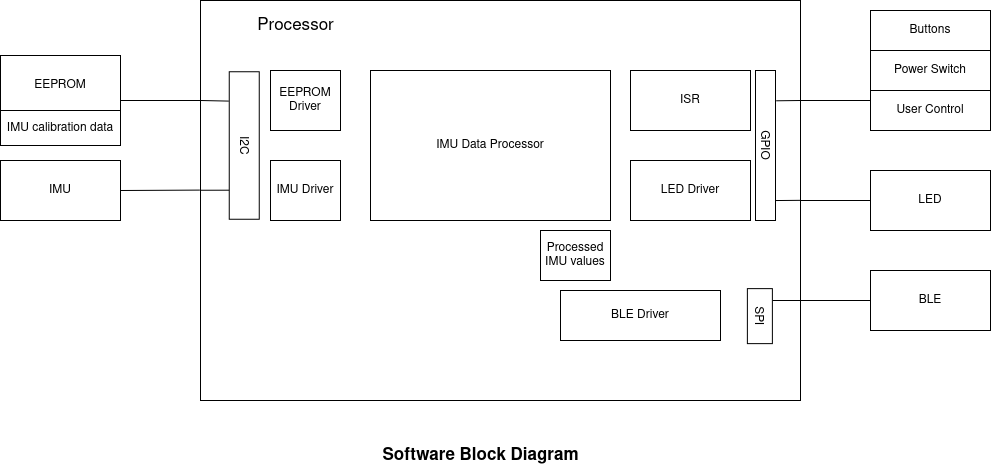
Before: assignments/week-1/images/Software Block Diagram.drawio.png, a diagram exported from draw.io (Davidadebiyi/Making-Embedded-Systems-Course). Source tidied: cells renumbered, new cells last; positions are measured from the earlier drawing's top-left corner, leaving out a move shared by most shapes. Its diagram source:
```xml
<mxGraphModel>
  <root>
    <mxCell id="0" />
    <mxCell id="1" parent="0" />
    <mxCell id="2" style="rounded=0;whiteSpace=wrap;html=1;" parent="1" vertex="1">
      <mxGeometry x="200" width="600" height="400" as="geometry" />
    </mxCell>
    <mxCell id="3" value="IMU" style="rounded=0;whiteSpace=wrap;html=1;" parent="1" vertex="1">
      <mxGeometry y="160" width="120" height="60" as="geometry" />
    </mxCell>
    <mxCell id="4" value="BLE Driver" style="rounded=0;whiteSpace=wrap;html=1;" parent="1" vertex="1">
      <mxGeometry x="560" y="290" width="160" height="50" as="geometry" />
    </mxCell>
    <mxCell id="5" value="SPI" style="rounded=0;whiteSpace=wrap;html=1;rotation=90;" parent="1" vertex="1">
      <mxGeometry x="731.9" y="303.1" width="55" height="25" as="geometry" />
    </mxCell>
    <mxCell id="6" value="EEPROM&lt;br&gt;Driver" style="rounded=0;whiteSpace=wrap;html=1;" parent="1" vertex="1">
      <mxGeometry x="270" y="70" width="70" height="60" as="geometry" />
    </mxCell>
    <mxCell id="7" value="ISR" style="rounded=0;whiteSpace=wrap;html=1;" parent="1" vertex="1">
      <mxGeometry x="630" y="70" width="120" height="60" as="geometry" />
    </mxCell>
    <mxCell id="8" style="group;" parent="1" vertex="1">
      <mxGeometry y="55" width="120" height="90" as="geometry" />
    </mxCell>
    <mxCell id="9" value="EEPROM" style="rounded=0;whiteSpace=wrap;html=1;" parent="8" vertex="1">
      <mxGeometry width="120" height="60" as="geometry" />
    </mxCell>
    <mxCell id="10" value="IMU calibration data" style="rounded=0;whiteSpace=wrap;html=1;" parent="8" vertex="1">
      <mxGeometry y="55" width="120" height="35" as="geometry" />
    </mxCell>
    <mxCell id="11" value="IMU Driver" style="rounded=0;whiteSpace=wrap;html=1;" parent="1" vertex="1">
      <mxGeometry x="270" y="160" width="70" height="60" as="geometry" />
    </mxCell>
    <mxCell id="12" value="IMU Data Processor" style="rounded=0;whiteSpace=wrap;html=1;" parent="1" vertex="1">
      <mxGeometry x="370" y="70" width="240" height="150" as="geometry" />
    </mxCell>
    <mxCell id="13" value="Processed IMU values" style="rounded=0;whiteSpace=wrap;html=1;" parent="1" vertex="1">
      <mxGeometry x="540" y="230" width="70" height="50" as="geometry" />
    </mxCell>
    <mxCell id="14" value="BLE" style="rounded=0;whiteSpace=wrap;html=1;" parent="1" vertex="1">
      <mxGeometry x="870" y="270" width="120" height="60" as="geometry" />
    </mxCell>
    <mxCell id="15" value="LED" style="rounded=0;whiteSpace=wrap;html=1;" parent="1" vertex="1">
      <mxGeometry x="870" y="170" width="120" height="60" as="geometry" />
    </mxCell>
    <mxCell id="16" value="LED Driver" style="rounded=0;whiteSpace=wrap;html=1;" parent="1" vertex="1">
      <mxGeometry x="630" y="160" width="120" height="60" as="geometry" />
    </mxCell>
    <mxCell id="17" value="GPIO" style="rounded=0;whiteSpace=wrap;html=1;rotation=90;" parent="1" vertex="1">
      <mxGeometry x="690" y="135" width="150" height="20" as="geometry" />
    </mxCell>
    <mxCell id="18" style="endArrow=none;html=1;rounded=0;exitX=1;exitY=0.25;exitDx=0;exitDy=0;entryX=0;entryY=0.25;entryDx=0;entryDy=0;" parent="1" edge="1" source="2" target="23">
      <mxGeometry relative="1" as="geometry" />
    </mxCell>
    <mxCell id="19" style="group;" parent="1" vertex="1">
      <mxGeometry x="870" y="10" width="120" height="120" as="geometry" />
    </mxCell>
    <mxCell id="20" style="group;" parent="19" vertex="1">
      <mxGeometry width="120" height="80" as="geometry" />
    </mxCell>
    <mxCell id="21" value="Buttons" style="rounded=0;whiteSpace=wrap;html=1;" parent="20" vertex="1">
      <mxGeometry width="120" height="40" as="geometry" />
    </mxCell>
    <mxCell id="22" value="Power Switch" style="rounded=0;whiteSpace=wrap;html=1;" parent="20" vertex="1">
      <mxGeometry y="40" width="120" height="40" as="geometry" />
    </mxCell>
    <mxCell id="23" value="User Control " style="rounded=0;whiteSpace=wrap;html=1;" parent="19" vertex="1">
      <mxGeometry y="80" width="120" height="40" as="geometry" />
    </mxCell>
    <mxCell id="24" style="endArrow=none;html=1;rounded=0;exitX=1;exitY=0.5;exitDx=0;exitDy=0;entryX=0;entryY=0.5;entryDx=0;entryDy=0;" parent="1" edge="1" source="2" target="15">
      <mxGeometry relative="1" as="geometry" />
    </mxCell>
    <mxCell id="25" value="I2C" style="rounded=0;whiteSpace=wrap;html=1;rotation=90;" parent="1" vertex="1">
      <mxGeometry x="170" y="130" width="147.5" height="30" as="geometry" />
    </mxCell>
    <mxCell id="26" style="endArrow=none;html=1;rounded=0;entryX=-0.001;entryY=0.474;entryDx=0;entryDy=0;entryPerimeter=0;exitX=1;exitY=0.5;exitDx=0;exitDy=0;" parent="1" edge="1" source="3" target="2">
      <mxGeometry relative="1" as="geometry" />
    </mxCell>
    <mxCell id="27" style="endArrow=none;html=1;rounded=0;entryX=0;entryY=0.25;entryDx=0;entryDy=0;exitX=1;exitY=0.75;exitDx=0;exitDy=0;" parent="1" edge="1" source="9" target="2">
      <mxGeometry relative="1" as="geometry" />
    </mxCell>
    <mxCell id="28" style="endArrow=none;html=1;rounded=0;exitX=1;exitY=0.75;exitDx=0;exitDy=0;entryX=0;entryY=0.5;entryDx=0;entryDy=0;" parent="1" edge="1" source="2" target="14">
      <mxGeometry relative="1" as="geometry" />
    </mxCell>
    <mxCell id="29" style="endArrow=none;html=1;rounded=0;entryX=0.199;entryY=1.014;entryDx=0;entryDy=0;entryPerimeter=0;" parent="1" edge="1" target="25">
      <mxGeometry relative="1" as="geometry">
        <mxPoint x="200" y="100" as="sourcePoint" />
      </mxGeometry>
    </mxCell>
    <mxCell id="30" style="endArrow=none;html=1;rounded=0;entryX=0.803;entryY=1.003;entryDx=0;entryDy=0;entryPerimeter=0;" parent="1" edge="1" target="25">
      <mxGeometry relative="1" as="geometry">
        <mxPoint x="200" y="189.8" as="sourcePoint" />
      </mxGeometry>
    </mxCell>
    <mxCell id="31" style="endArrow=none;html=1;rounded=0;entryX=1;entryY=0.25;entryDx=0;entryDy=0;exitX=0.202;exitY=-0.033;exitDx=0;exitDy=0;exitPerimeter=0;" parent="1" edge="1" source="17" target="2">
      <mxGeometry relative="1" as="geometry" />
    </mxCell>
    <mxCell id="32" style="endArrow=none;html=1;rounded=0;entryX=1;entryY=0.25;entryDx=0;entryDy=0;exitX=0.867;exitY=0;exitDx=0;exitDy=0;exitPerimeter=0;" parent="1" edge="1" source="17">
      <mxGeometry relative="1" as="geometry">
        <mxPoint x="800" y="199.8" as="targetPoint" />
      </mxGeometry>
    </mxCell>
    <mxCell id="33" style="endArrow=none;html=1;rounded=0;entryX=1;entryY=0.75;entryDx=0;entryDy=0;exitX=0.216;exitY=-0.015;exitDx=0;exitDy=0;exitPerimeter=0;" parent="1" edge="1" source="5" target="2">
      <mxGeometry relative="1" as="geometry" />
    </mxCell>
    <mxCell id="34" value="&lt;b&gt;&lt;font style=&quot;font-size: 17px&quot;&gt;Software Block Diagram &lt;br&gt;&lt;/font&gt;&lt;/b&gt;" style="text;html=1;align=center;verticalAlign=middle;fillColor=none;strokeColor=none;rounded=0;" parent="1" vertex="1">
      <mxGeometry x="375" y="445" width="210" height="20" as="geometry" />
    </mxCell>
    <mxCell id="35" value="Processor" style="text;html=1;align=center;verticalAlign=middle;fillColor=none;strokeColor=none;rounded=0;fontSize=17;" parent="1" vertex="1">
      <mxGeometry x="250" y="10" width="90" height="30" as="geometry" />
    </mxCell>
  </root>
</mxGraphModel>
```
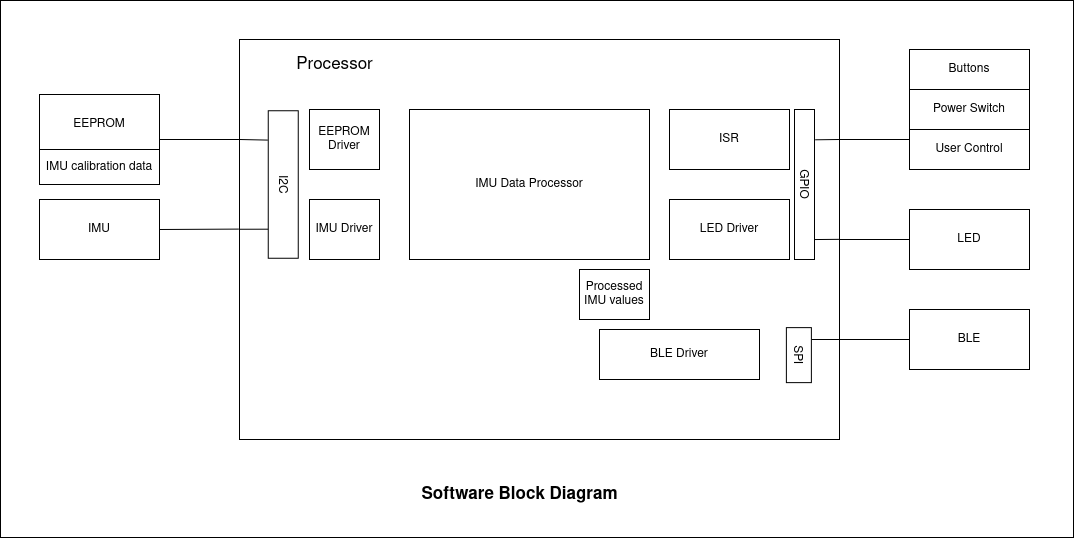
Above is the later version.

What changed in the source:
```diff
@@ -2,6 +2,9 @@
   <root>
     <mxCell id="0" />
     <mxCell id="1" parent="0" />
+    <mxCell id="36" style="rounded=0;whiteSpace=wrap;html=1;" parent="1" vertex="1">
+      <mxGeometry x="-39" y="-39" width="1073" height="537" as="geometry" />
+    </mxCell>
     <mxCell id="2" style="rounded=0;whiteSpace=wrap;html=1;" parent="1" vertex="1">
       <mxGeometry x="200" width="600" height="400" as="geometry" />
     </mxCell>
```
